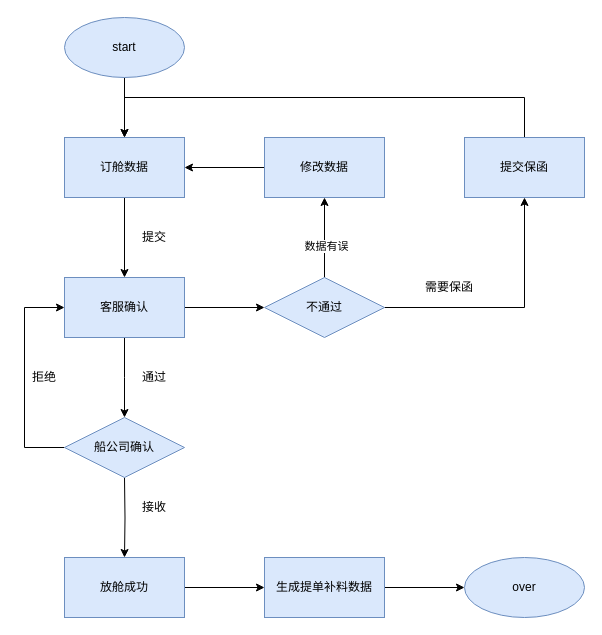
Earlier version of the draw.io diagram booking/booking主流程.drawio (caixuecheng/track-drawio). Source tidied: cells renumbered, new cells numbered last; positions are measured from the earlier drawing's top-left corner, leaving out a move shared by most shapes. Both pictures are drawn from the tidied source at 100%, with x=0, y=0 at pixel (24, 17).
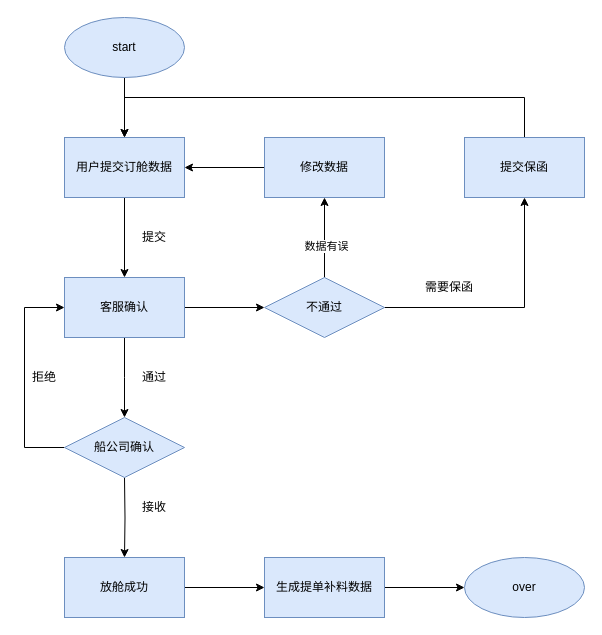
The same diagram, later.

Commit message (it also covers changes not shown here):
更新booking/booking主流程.drawio

The edit, as a diff of the source:
```diff
@@
-    <mxCell id="3" value="订舱数据" style="rounded=0;whiteSpace=wrap;html=1;fillColor=#dae8fc;strokeColor=#6c8ebf;" parent="1" vertex="1">
+    <mxCell id="3" value="用户提交订舱数据" style="rounded=0;whiteSpace=wrap;html=1;fillColor=#dae8fc;strokeColor=#6c8ebf;" parent="1" vertex="1">
       <mxGeometry x="40" y="120" width="120" height="60" as="geometry" />
     </mxCell>
```
